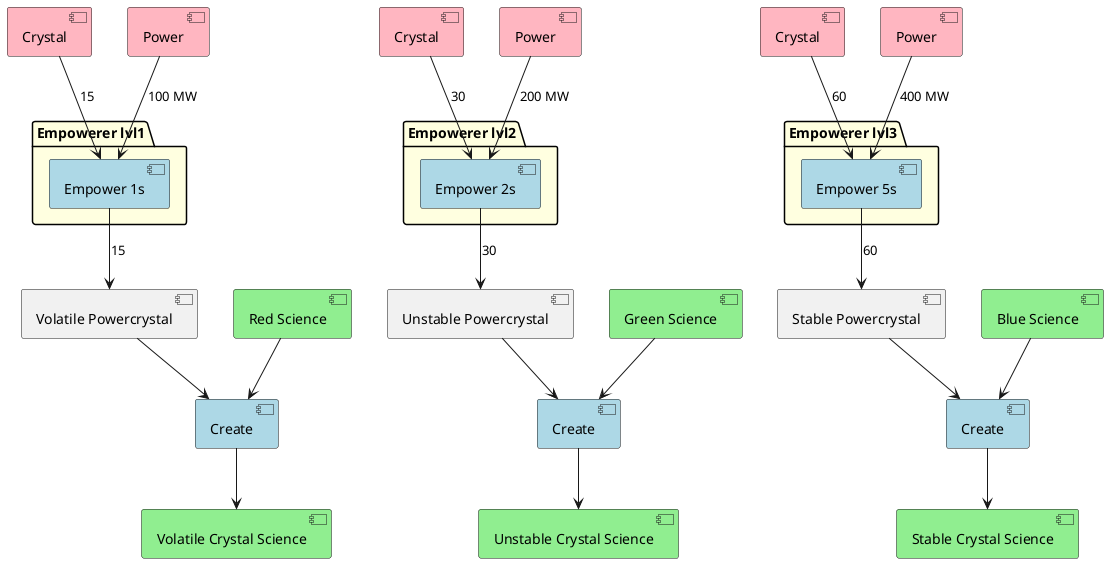
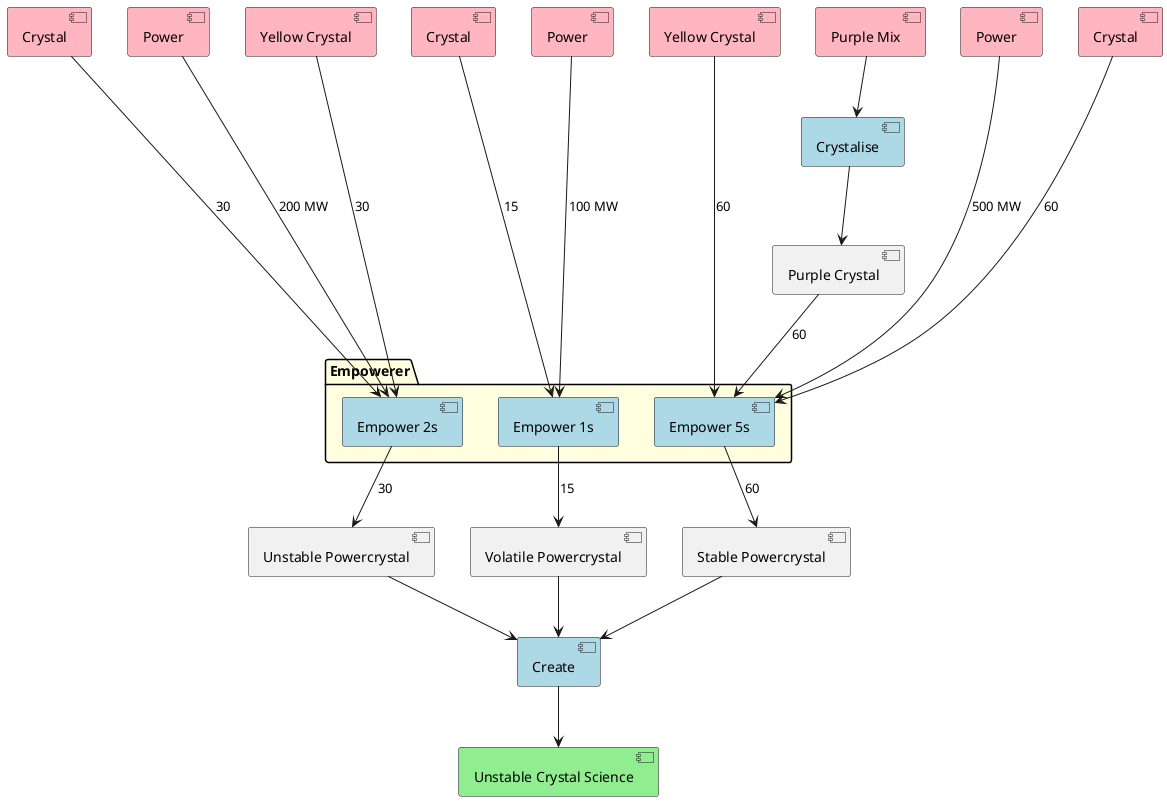
@startuml

hide methods
hide fields
hide circle


[Crystal] as C1 #lightpink
[Crystal] as C2 #lightpink
[Crystal] as C3 #lightpink
+ [Yellow Crystal] as YC1 #lightpink
+ [Yellow Crystal] as YC2 #lightpink
+ [Purple Crystal] as PCr

[Power] as P1 #lightpink
[Power] as P2 #lightpink
[Power] as P3 #lightpink

- package "Empowerer lvl1" #lightyellow {
+ [Purple Mix] as CPB #lightpink
+ 
+ package "Empowerer" #lightyellow {
    [Empower 1s] as EMP1 #lightblue
+     [Empower 2s] as EMP2 #lightblue
+     [Empower 5s] as EMP3 #lightblue
}

- package "Empowerer lvl2" #lightyellow {
-     [Empower 2s] as EMP2 #lightblue
- }
- 
- package "Empowerer lvl3" #lightyellow {
-     [Empower 5s] as EMP3 #lightblue
- }
+ [Crystalise] as CR #lightblue

[Volatile Powercrystal] as VPC
[Unstable Powercrystal] as UPC
[Stable Powercrystal] as SPC

- [Red Science] as RS #lightgreen
- [Green Science] as GS #lightgreen
- [Blue Science] as BS #lightgreen
+ [Create] as Cr1 #lightblue

- [Create] as Cr1 #lightblue
- [Create] as Cr2 #lightblue
- [Create] as Cr3 #lightblue
+ [Unstable Crystal Science] as S #lightgreen

- [Volatile Crystal Science] as VS #lightgreen
- [Unstable Crystal Science] as US #lightgreen
- [Stable Crystal Science] as S #lightgreen
+ CPB --> CR
+ CR --> PCr

- C1 --> EMP1 : 15
- C2 --> EMP2 : 30
- C3 --> EMP3 : 60
+ C1 ----> EMP1 : 15
+ C2 ----> EMP2 : 30
+ YC1 ----> EMP2 : 30
+ YC2 ----> EMP3 : 60
+ C3 ----> EMP3 : 60
+ PCr --> EMP3 : 60

- P1 --> EMP1 : 100 MW
- P2 --> EMP2 : 200 MW
- P3 --> EMP3 : 400 MW
+ P1 ----> EMP1 : 100 MW
+ P2 ----> EMP2 : 200 MW
+ P3 ----> EMP3 : 500 MW

EMP1 --> VPC : 15
EMP2 --> UPC : 30
EMP3 --> SPC : 60

VPC --> Cr1
- RS --> Cr1
- Cr1 --> VS
- 
- UPC --> Cr2
- GS --> Cr2
- Cr2 --> US
- 
- SPC --> Cr3
- BS --> Cr3
- Cr3 --> S
+ UPC --> Cr1
+ SPC --> Cr1
+ Cr1 --> S

@enduml